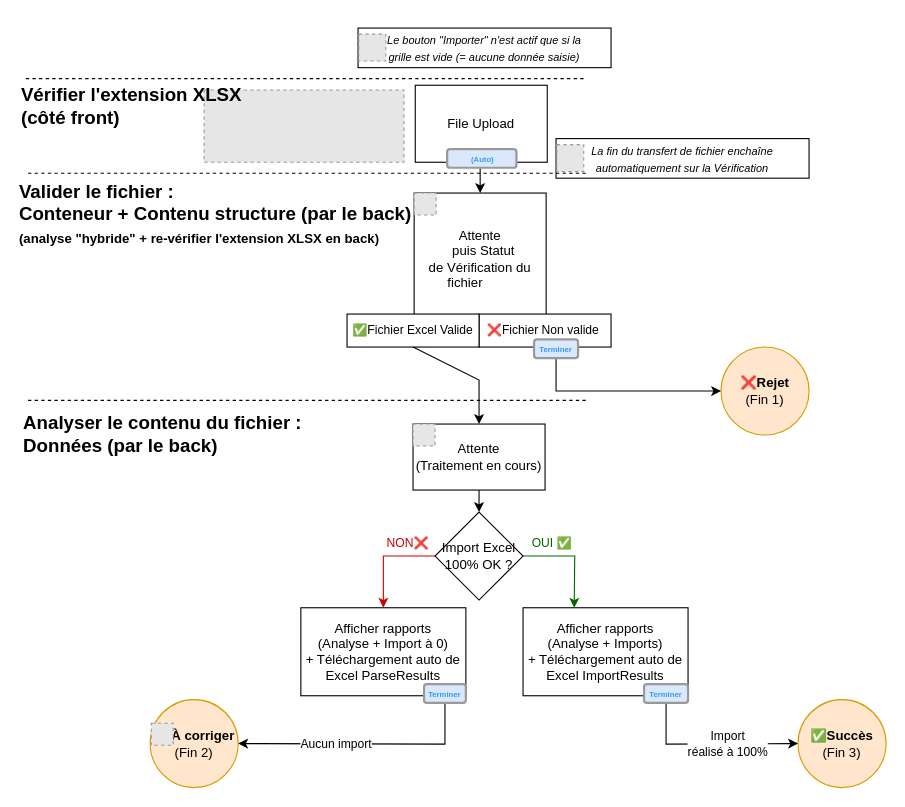
This is Spécifications/Copy of Import Excel - Diagram d'enchaînement des écrans.drawio from xarich/XRIPersonalWiki, a draw.io file, before an edit. Source tidied: cells renumbered, new cells numbered last; positions are measured from the earlier drawing's top-left corner, leaving out a move shared by most shapes. Both pictures are drawn from the tidied source at 110%, with x=0, y=0 at pixel (19, 28). Pictures stored in the file or linked from it are replaced by grey dashed boxes.
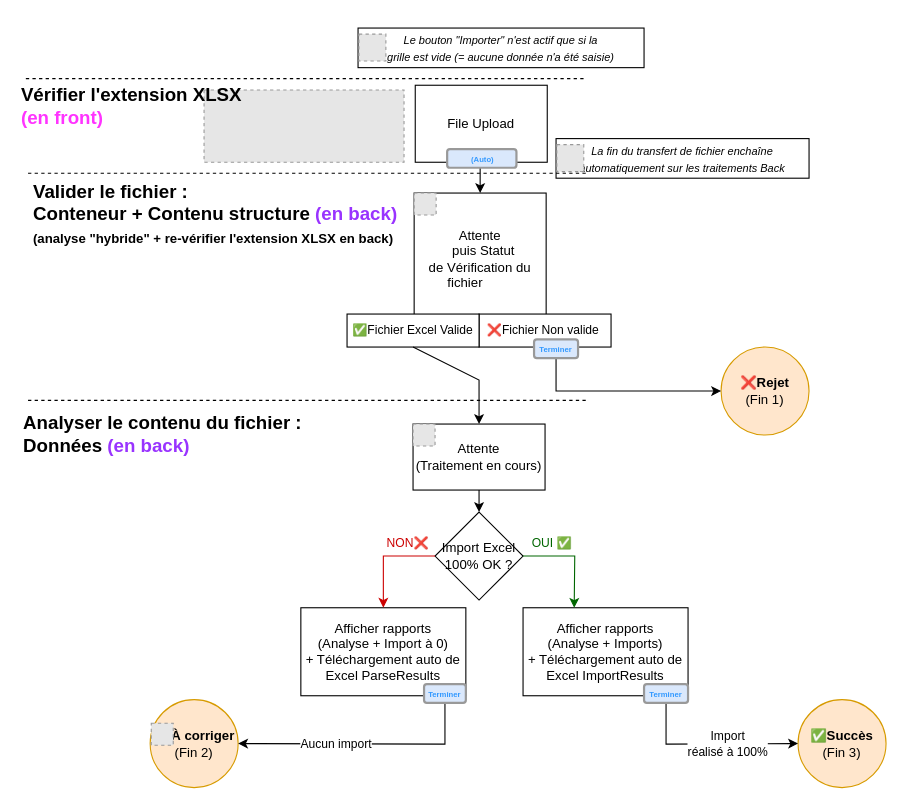
The same diagram, later.

Commit message:
Couleurs Back / Front

Unchanged cells that the change refers to:
```xml
<mxCell id="28" style="group;" parent="1" vertex="1">
  <mxGeometry x="488" y="100.5" width="230" height="36" as="geometry" />
</mxCell>
```

Change to the diagram source:
```diff
@@
-    <mxCell id="29" value="&lt;p&gt;&lt;i&gt;&lt;font size=&quot;1&quot;&gt;La fin du transfert de fichier&amp;nbsp;enchaîne&lt;br&gt;automatiquement sur la Vérification&lt;/font&gt;&lt;/i&gt;&lt;/p&gt;" style="whiteSpace=wrap;html=1;align=center;labelBorderColor=none;sketch=0;" parent="28" vertex="1">
+    <mxCell id="29" value="&lt;p&gt;&lt;i&gt;&lt;font size=&quot;1&quot;&gt;La fin du transfert de fichier&amp;nbsp;enchaîne&lt;br&gt;automatiquement sur les traitements Back&lt;/font&gt;&lt;/i&gt;&lt;/p&gt;" style="whiteSpace=wrap;html=1;align=center;labelBorderColor=none;sketch=0;" parent="28" vertex="1">
       <mxGeometry width="230" height="36" as="geometry" />
     </mxCell>
@@
     <mxCell id="31" style="group;" parent="1" vertex="1">
-      <mxGeometry x="308" width="230" height="36" as="geometry" />
+      <mxGeometry x="308" width="260" height="36" as="geometry" />
     </mxCell>
-    <mxCell id="32" value="&lt;p&gt;&lt;i&gt;&lt;font size=&quot;1&quot;&gt;Le bouton &quot;Importer&quot; n'est actif que si la&lt;br&gt;grille&amp;nbsp;est vide (= aucune donnée saisie)&lt;/font&gt;&lt;/i&gt;&lt;/p&gt;" style="whiteSpace=wrap;html=1;align=center;labelBorderColor=none;sketch=0;" parent="31" vertex="1">
-      <mxGeometry width="230" height="36" as="geometry" />
+    <mxCell id="32" value="&lt;p&gt;&lt;i&gt;&lt;font size=&quot;1&quot;&gt;Le bouton &quot;Importer&quot; n'est actif que si la&lt;br&gt;grille&amp;nbsp;est vide (= aucune donnée n'a été saisie)&lt;/font&gt;&lt;/i&gt;&lt;/p&gt;" style="whiteSpace=wrap;html=1;align=center;labelBorderColor=none;sketch=0;" parent="31" vertex="1">
+      <mxGeometry width="260" height="36" as="geometry" />
     </mxCell>
     <mxCell id="33" style="fillColor=#E6E6E6;strokeColor=#999999;dashed=1;verticalLabelPosition=bottom;verticalAlign=top;" parent="31" vertex="1">
-      <mxGeometry x="0.7" y="5.5" width="24.5" height="24.5" as="geometry" />
+      <mxGeometry x="0.8" y="5.5" width="24.5" height="24.5" as="geometry" />
     </mxCell>
@@
-    <mxCell id="36" value="&lt;div style=&quot;text-align: left&quot;&gt;&lt;span&gt;Valider le fichier :&lt;/span&gt;&lt;/div&gt;&lt;div style=&quot;text-align: left&quot;&gt;&lt;span&gt;Conteneur + Contenu structure&amp;nbsp;&lt;/span&gt;(par le back)&lt;span&gt;&lt;br&gt;&lt;/span&gt;&lt;/div&gt;&lt;div style=&quot;text-align: left&quot;&gt;&lt;span style=&quot;font-size: 12px&quot;&gt;(analyse &quot;hybride&quot; + re-vérifier l'extension XLSX en&amp;nbsp;&lt;/span&gt;&lt;span style=&quot;font-size: 12px&quot;&gt;back)&lt;/span&gt;&lt;/div&gt;" style="text;strokeColor=none;fillColor=none;html=1;fontSize=17;fontStyle=1;verticalAlign=middle;align=center;" parent="1" vertex="1">
+    <mxCell id="36" value="&lt;div style=&quot;text-align: left&quot;&gt;&lt;span&gt;Valider le fichier :&lt;/span&gt;&lt;/div&gt;&lt;div style=&quot;text-align: left&quot;&gt;&lt;span&gt;Conteneur + Contenu structure&amp;nbsp;&lt;/span&gt;&lt;font color=&quot;#9933ff&quot;&gt;(en back)&lt;/font&gt;&lt;span&gt;&lt;br&gt;&lt;/span&gt;&lt;/div&gt;&lt;div style=&quot;text-align: left&quot;&gt;&lt;span style=&quot;font-size: 12px&quot;&gt;(analyse &quot;hybride&quot; + re-vérifier l'extension XLSX en&amp;nbsp;&lt;/span&gt;&lt;span style=&quot;font-size: 12px&quot;&gt;back)&lt;/span&gt;&lt;/div&gt;" style="text;strokeColor=none;fillColor=none;html=1;fontSize=17;fontStyle=1;verticalAlign=middle;align=center;" parent="1" vertex="1">
       <mxGeometry x="127" y="150" width="102" height="40" as="geometry" />
     </mxCell>
-    <mxCell id="37" value="Analyser le contenu du fichier :&lt;br&gt;Données&amp;nbsp;(par le back)" style="text;strokeColor=none;fillColor=none;html=1;fontSize=17;fontStyle=1;verticalAlign=middle;align=left;" parent="1" vertex="1">
+    <mxCell id="37" value="Analyser le contenu du fichier :&lt;br&gt;Données&amp;nbsp;&lt;font color=&quot;#9933ff&quot;&gt;(en back)&lt;/font&gt;" style="text;strokeColor=none;fillColor=none;html=1;fontSize=17;fontStyle=1;verticalAlign=middle;align=left;" parent="1" vertex="1">
       <mxGeometry x="2" y="350" width="100" height="40" as="geometry" />
     </mxCell>
@@
-    <mxCell id="39" value="Vérifier l'extension XLSX&lt;br&gt;(côté front)" style="text;strokeColor=none;fillColor=none;html=1;fontSize=17;fontStyle=1;verticalAlign=middle;align=left;" parent="1" vertex="1">
+    <mxCell id="39" value="Vérifier l'extension XLSX&lt;br&gt;&lt;font color=&quot;#ff33ff&quot;&gt;(en front)&lt;/font&gt;" style="text;strokeColor=none;fillColor=none;html=1;fontSize=17;fontStyle=1;verticalAlign=middle;align=left;" parent="1" vertex="1">
       <mxGeometry y="50" width="99" height="43.5" as="geometry" />
     </mxCell>
```
